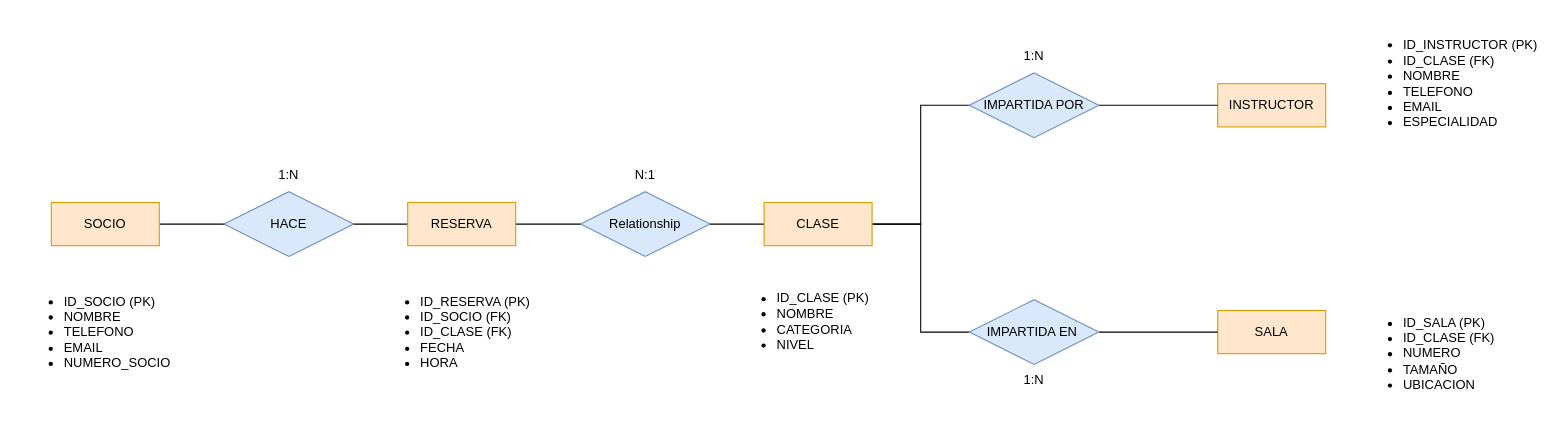
Before: E4. Gimnasio.drawio in Milikituki/PracticasBBDD, a draw.io diagram. Source tidied: cells renumbered, new cells numbered last; positions are measured from the earlier drawing's top-left corner, leaving out a move shared by most shapes. Both pictures are drawn from the tidied source at 108%, with x=0, y=0 at pixel (18, 18).
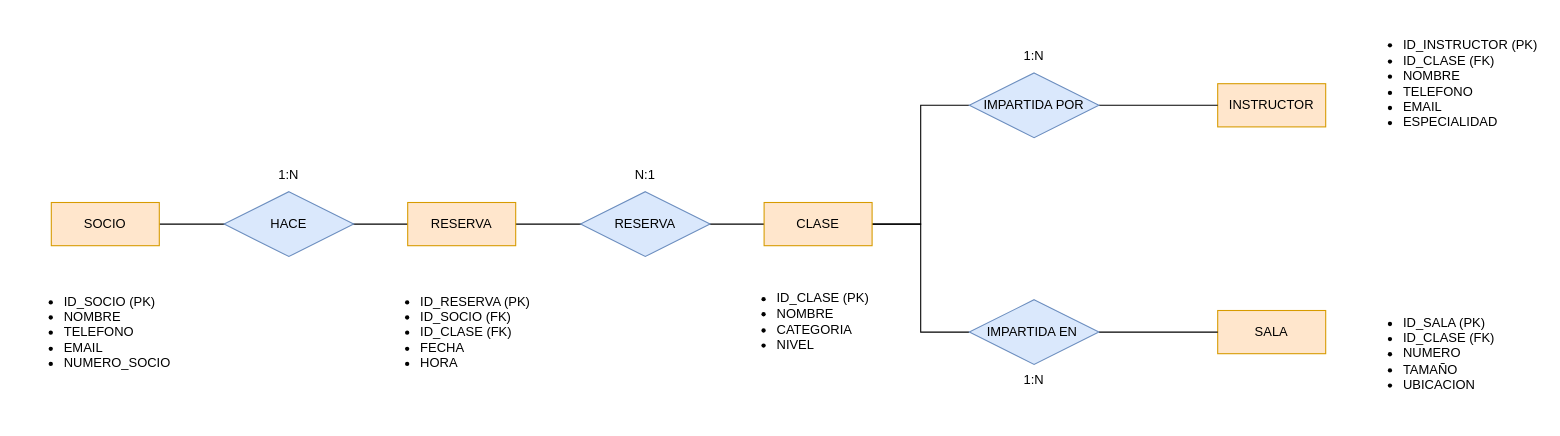
Above is the later version.

Commit message (it also covers changes not shown here):
png mal subida

Diff of the diagram source:
```diff
@@
-    <mxCell id="12" value="Relationship" style="shape=rhombus;perimeter=rhombusPerimeter;whiteSpace=wrap;html=1;align=center;fillColor=#dae8fc;strokeColor=#6c8ebf;" parent="1" vertex="1">
+    <mxCell id="12" value="RESERVA" style="shape=rhombus;perimeter=rhombusPerimeter;whiteSpace=wrap;html=1;align=center;fillColor=#dae8fc;strokeColor=#6c8ebf;" parent="1" vertex="1">
       <mxGeometry x="520" y="160" width="120" height="60" as="geometry" />
     </mxCell>
```
